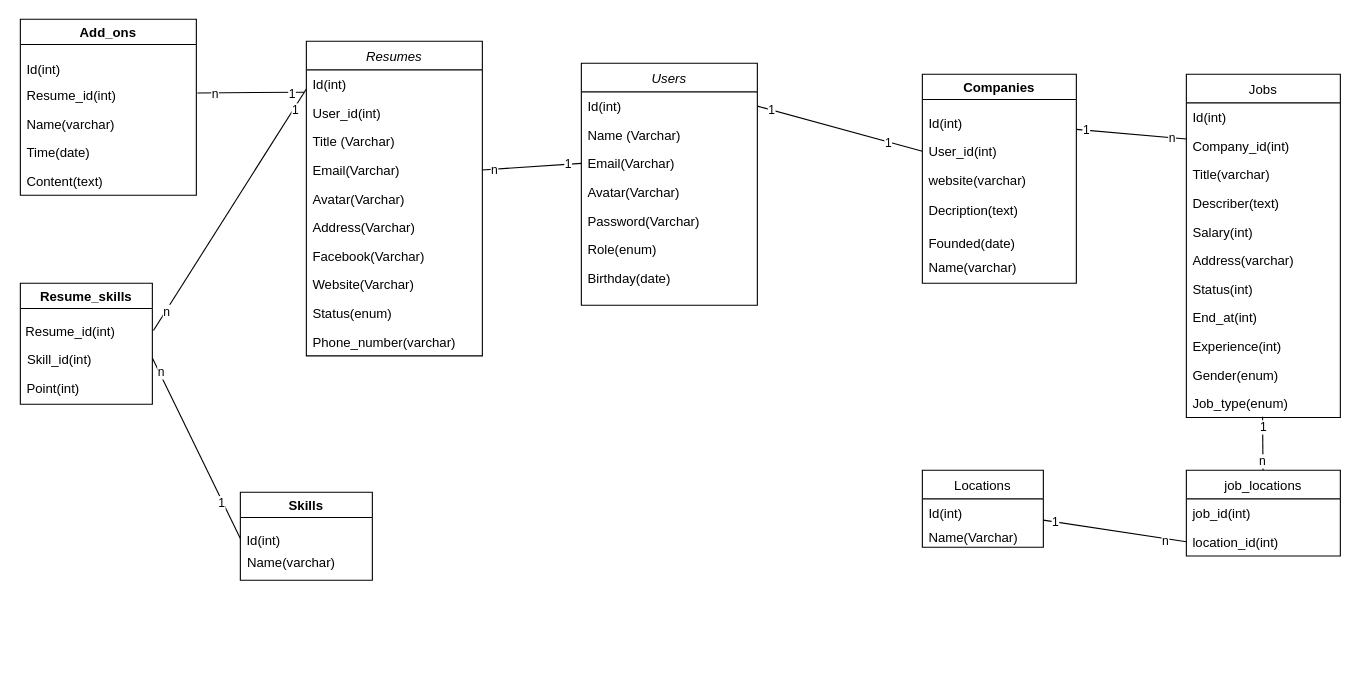
The draw.io diagram find-job-database.drawio in LVQA1998/libraby, before the edit. Source tidied: cells renumbered, new cells numbered last; positions are measured from the earlier drawing's top-left corner, leaving out a move shared by most shapes. Both pictures are drawn from the tidied source at 110%, with x=0, y=0 at pixel (19, 19).
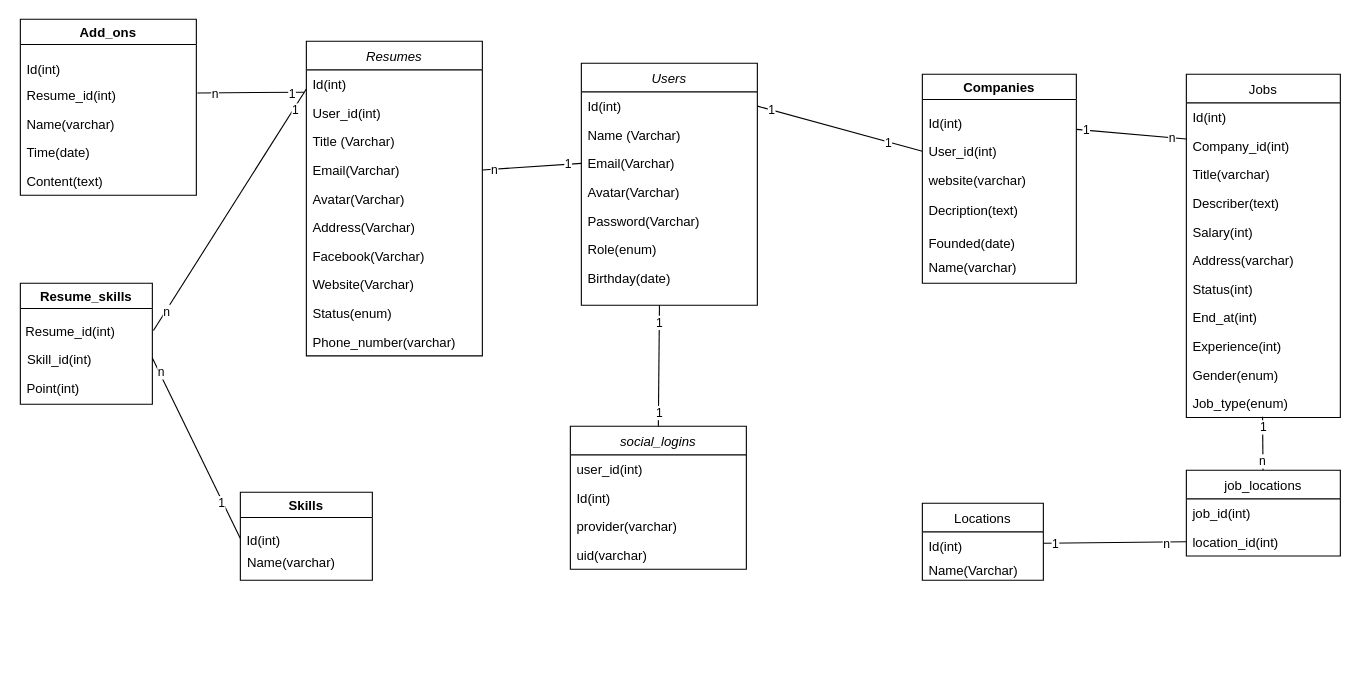
The same diagram, later.

Change to the diagram source:
```diff
@@
+    <mxCell id="85" value="social_logins" style="swimlane;fontStyle=2;align=center;verticalAlign=top;horizontal=1;startSize=26;rounded=0;shadow=0;strokeWidth=1;" parent="1" vertex="1">
+      <mxGeometry x="501" y="370" width="160" height="130" as="geometry" />
+    </mxCell>
+    <mxCell id="86" value="user_id(int)" style="text;align=left;verticalAlign=top;spacingLeft=4;spacingRight=4;overflow=hidden;rounded=0;shadow=0;html=0;" parent="85" vertex="1">
+      <mxGeometry y="26" width="160" height="26" as="geometry" />
+    </mxCell>
+    <mxCell id="87" value="Id(int)" style="text;align=left;verticalAlign=top;spacingLeft=4;spacingRight=4;overflow=hidden;" parent="85" vertex="1">
+      <mxGeometry y="52" width="160" height="26" as="geometry" />
+    </mxCell>
+    <mxCell id="88" value="provider(varchar)" style="text;align=left;verticalAlign=top;spacingLeft=4;spacingRight=4;overflow=hidden;" parent="85" vertex="1">
+      <mxGeometry y="78" width="160" height="26" as="geometry" />
+    </mxCell>
+    <mxCell id="89" value="uid(varchar)" style="text;align=left;verticalAlign=top;spacingLeft=4;spacingRight=4;overflow=hidden;rounded=0;shadow=0;html=0;" parent="85" vertex="1">
+      <mxGeometry y="104" width="160" height="26" as="geometry" />
+    </mxCell>
+    <mxCell id="90" style="rounded=0;jettySize=auto;html=1;endArrow=none;endFill=0;exitX=0.5;exitY=0;exitDx=0;exitDy=0;" parent="1" edge="1" source="85">
+      <mxGeometry relative="1" as="geometry">
+        <mxPoint x="582" y="260" as="targetPoint" />
+      </mxGeometry>
+    </mxCell>
+    <mxCell id="91" value="1" style="edgeLabel;html=1;align=center;verticalAlign=middle;" parent="90" vertex="1">
+      <mxGeometry x="-0.76" relative="1" as="geometry" />
+    </mxCell>
+    <mxCell id="92" value="1" style="edgeLabel;html=1;align=center;verticalAlign=middle;" parent="90" vertex="1">
+      <mxGeometry x="0.73" relative="1" as="geometry" />
+    </mxCell>
@@
     <mxCell id="55" value="Locations" style="swimlane;fontStyle=0;horizontal=1;startSize=26;fillColor=none;" parent="10" vertex="1">
-      <mxGeometry x="821" y="410" width="110" height="70" as="geometry" />
+      <mxGeometry x="821" y="440" width="110" height="70" as="geometry" />
     </mxCell>
```
